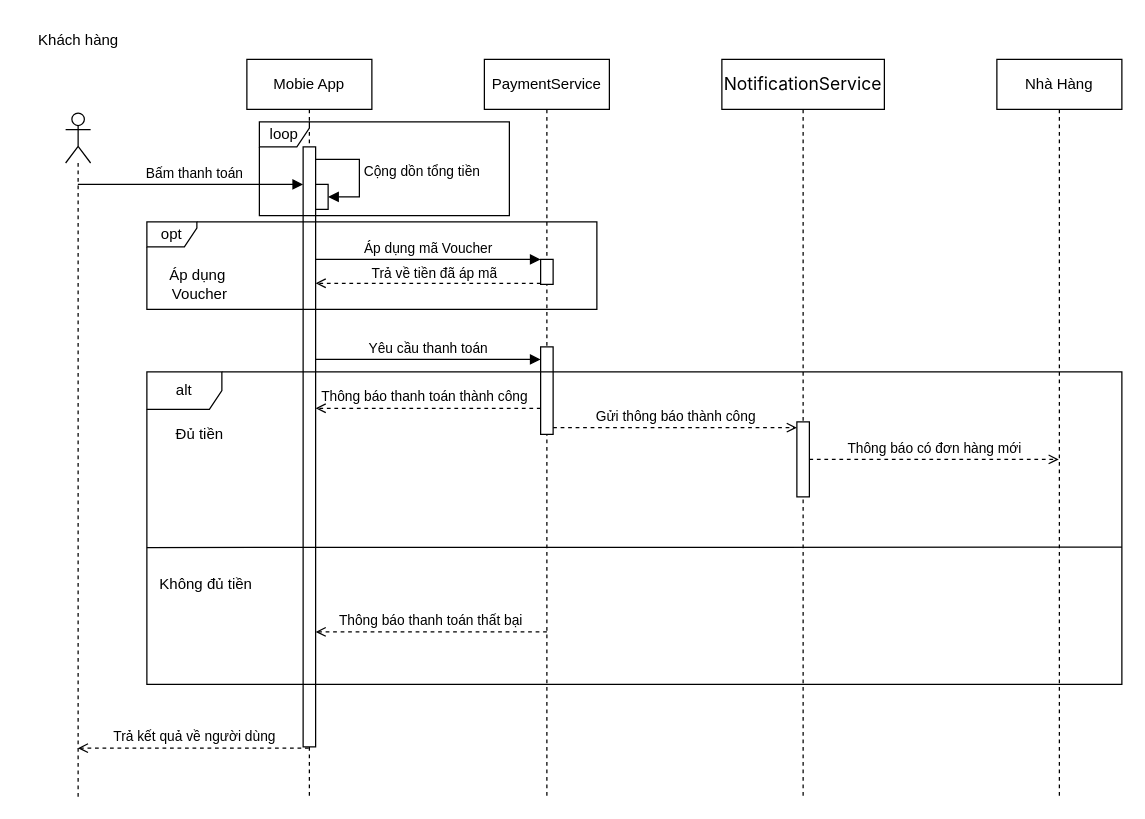
Before: SD_BTTH.drawio in DemonHienNguyen/HNKS25CNTT1_IT105_Session09_BTTH, a draw.io diagram. Source tidied: cells renumbered, new cells numbered last; positions are measured from the earlier drawing's top-left corner, leaving out a move shared by most shapes. Both pictures are drawn from the tidied source at 125%, with x=0, y=0 at pixel (21, 21).
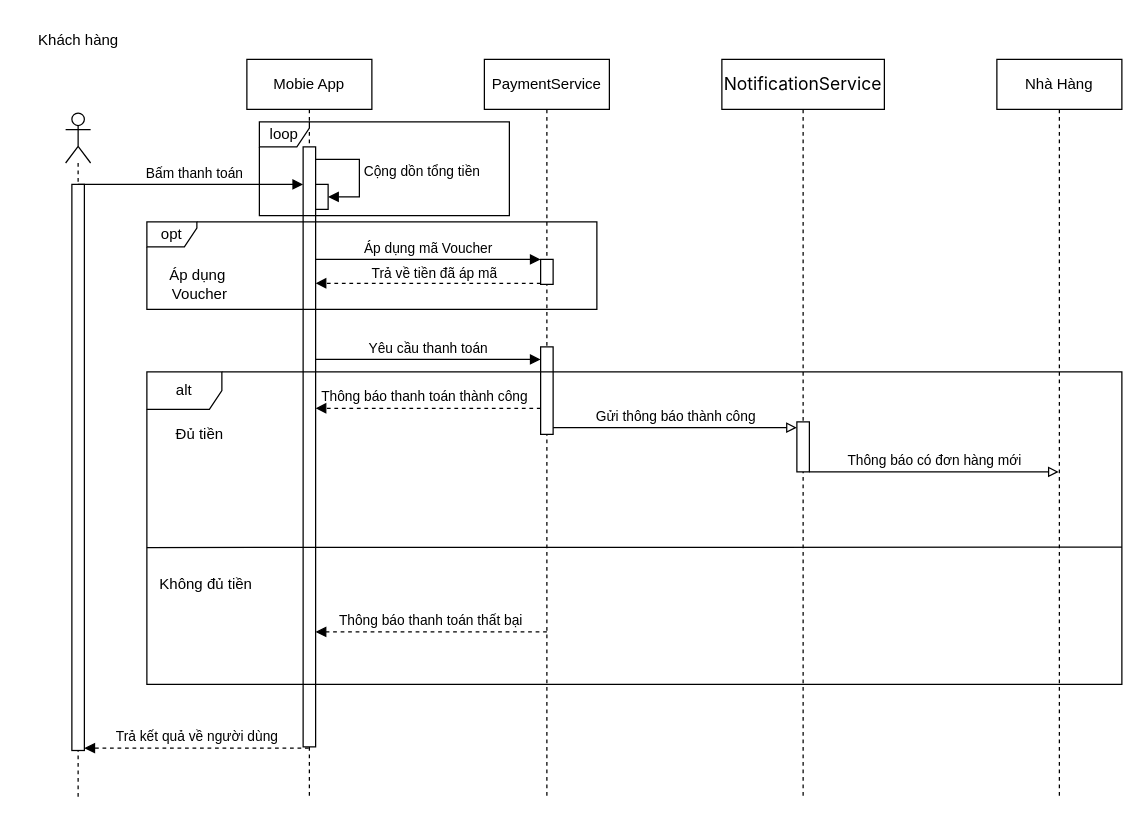
After the change.

Unchanged cells that the change refers to:
```xml
<mxCell id="6" style="shape=umlLifeline;perimeter=lifelinePerimeter;whiteSpace=wrap;html=1;newEdgeStyle={&quot;curved&quot;:0,&quot;rounded&quot;:0};participant=umlActor;" parent="5" vertex="1">
  <mxGeometry x="35" y="72.9" width="20" height="547.1" as="geometry" />
</mxCell>
<mxCell id="10" style="html=1;points=[[0,0,0,0,5],[0,1,0,0,-5],[1,0,0,0,5],[1,1,0,0,-5]];perimeter=orthogonalPerimeter;outlineConnect=0;targetShapes=umlLifeline;portConstraint=eastwest;newEdgeStyle={&quot;curved&quot;:0,&quot;rounded&quot;:0};" parent="9" vertex="1">
  <mxGeometry x="45" y="70" width="10" height="480" as="geometry" />
</mxCell>
<mxCell id="17" value="Nhà Hàng" style="shape=umlLifeline;perimeter=lifelinePerimeter;whiteSpace=wrap;html=1;outlineConnect=0;portConstraint=eastwest;newEdgeStyle={&quot;curved&quot;:0,&quot;rounded&quot;:0};" parent="1" vertex="1">
  <mxGeometry x="780" y="30" width="100" height="590" as="geometry" />
</mxCell>
```

Change to the diagram source:
```diff
@@
+    <mxCell id="31" style="html=1;points=[[0,0,0,0,5],[0,1,0,0,-5],[1,0,0,0,5],[1,1,0,0,-5]];perimeter=orthogonalPerimeter;outlineConnect=0;targetShapes=umlLifeline;portConstraint=eastwest;newEdgeStyle={&quot;curved&quot;:0,&quot;rounded&quot;:0};" parent="6" vertex="1">
+      <mxGeometry x="5" y="57.1" width="10" height="452.9" as="geometry" />
+    </mxCell>
@@
-    <mxCell id="18" value="Trả về tiền đã áp mã" style="html=1;verticalAlign=bottom;labelBackgroundColor=none;endArrow=open;endFill=0;dashed=1;" parent="1" edge="1">
+    <mxCell id="18" value="Trả về tiền đã áp mã" style="html=1;verticalAlign=bottom;labelBackgroundColor=none;endArrow=block;endFill=1;dashed=1;" parent="1" edge="1">
       <mxGeometry x="-0.06" y="1" relative="1" as="geometry">
         <mxPoint x="415" y="209.1" as="sourcePoint" />
         <mxPoint x="235" y="209.1" as="targetPoint" />
       </mxGeometry>
     </mxCell>
@@
-    <mxCell id="23" value="Gửi thông báo thành công" style="html=1;verticalAlign=bottom;labelBackgroundColor=none;endArrow=open;endFill=0;dashed=1;" parent="1" edge="1">
+    <mxCell id="23" value="Gửi thông báo thành công" style="html=1;verticalAlign=bottom;labelBackgroundColor=none;endArrow=block;endFill=0;" parent="1" edge="1">
       <mxGeometry relative="1" as="geometry">
         <mxPoint x="425" y="324.6" as="sourcePoint" />
         <mxPoint x="620" y="324.6" as="targetPoint" />
       </mxGeometry>
     </mxCell>
     <mxCell id="24" style="html=1;points=[[0,0,0,0,5],[0,1,0,0,-5],[1,0,0,0,5],[1,1,0,0,-5]];perimeter=orthogonalPerimeter;outlineConnect=0;targetShapes=umlLifeline;portConstraint=eastwest;newEdgeStyle={&quot;curved&quot;:0,&quot;rounded&quot;:0};" parent="1" vertex="1">
-      <mxGeometry x="620" y="320" width="10" height="60" as="geometry" />
+      <mxGeometry x="620" y="320" width="10" height="40" as="geometry" />
     </mxCell>
-    <mxCell id="25" value="Thông báo thanh toán thành công" style="html=1;verticalAlign=bottom;labelBackgroundColor=none;endArrow=open;endFill=0;dashed=1;exitX=0;exitY=1;exitDx=0;exitDy=-5;exitPerimeter=0;" parent="1" edge="1" target="10">
+    <mxCell id="25" value="Thông báo thanh toán thành công" style="html=1;verticalAlign=bottom;labelBackgroundColor=none;endArrow=block;endFill=1;dashed=1;exitX=0;exitY=1;exitDx=0;exitDy=-5;exitPerimeter=0;" parent="1" edge="1" target="10">
       <mxGeometry x="0.03" relative="1" as="geometry">
         <mxPoint x="415" y="309.1" as="sourcePoint" />
       </mxGeometry>
     </mxCell>
-    <mxCell id="26" value="Thông báo có đơn hàng mới" style="html=1;verticalAlign=bottom;labelBackgroundColor=none;endArrow=open;endFill=0;dashed=1;" parent="1" edge="1" source="24" target="17">
-      <mxGeometry relative="1" as="geometry" />
+    <mxCell id="26" value="Thông báo có đơn hàng mới" style="html=1;verticalAlign=bottom;labelBackgroundColor=none;endArrow=block;endFill=0;" parent="1" edge="1">
+      <mxGeometry relative="1" as="geometry">
+        <mxPoint x="630" y="360" as="sourcePoint" />
+        <mxPoint x="829.5" y="360" as="targetPoint" />
+      </mxGeometry>
     </mxCell>
@@
-    <mxCell id="28" value="Thông báo thanh toán thất bại" style="html=1;verticalAlign=bottom;labelBackgroundColor=none;endArrow=open;endFill=0;dashed=1;" parent="1" edge="1" target="10">
+    <mxCell id="28" value="Thông báo thanh toán thất bại" style="html=1;verticalAlign=bottom;labelBackgroundColor=none;endArrow=block;endFill=1;dashed=1;" parent="1" edge="1" target="10">
       <mxGeometry relative="1" as="geometry">
         <mxPoint x="420" y="488" as="sourcePoint" />
       </mxGeometry>
     </mxCell>
-    <mxCell id="29" value="Trả kết quả về người dùng" style="html=1;verticalAlign=bottom;labelBackgroundColor=none;endArrow=open;endFill=0;dashed=1;" parent="1" edge="1">
+    <mxCell id="29" value="Trả kết quả về người dùng" style="html=1;verticalAlign=bottom;labelBackgroundColor=none;endArrow=block;endFill=1;dashed=1;" parent="1" edge="1" target="31">
       <mxGeometry relative="1" as="geometry">
         <mxPoint x="229.5" y="581" as="sourcePoint" />
-        <mxPoint x="44.8" y="581" as="targetPoint" />
       </mxGeometry>
     </mxCell>
```
